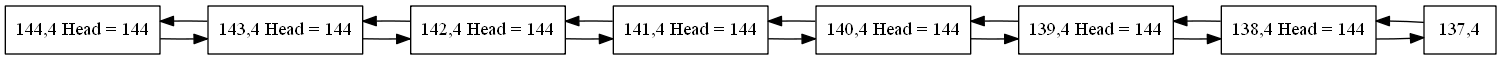
This is SnakeReport.png from olgt/EDD_1S2019_P1_201612341, a Graphviz export, as it was before one commit. Its source is kept beside it as SnakeReport.dot.
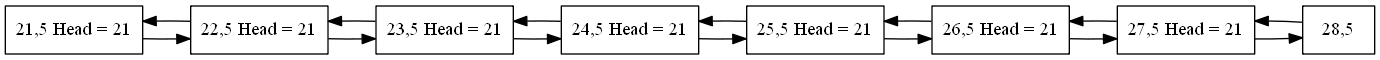
The same file after the commit.

Change to the diagram source:
```diff
@@ -1,26 +1,26 @@
 digraph firstGraph{
 node [shape = record];
 rankdir=LR;
-node0 [label=" 144,4 Head = 144 "];
+node0 [label=" 21,5 Head = 21 "];
 node0 -> node1;
 node1 -> node0;
-node1 [label=" 143,4 Head = 144 "];
+node1 [label=" 22,5 Head = 21 "];
 node1 -> node2;
 node2 -> node1;
-node2 [label=" 142,4 Head = 144 "];
+node2 [label=" 23,5 Head = 21 "];
 node2 -> node3;
 node3 -> node2;
-node3 [label=" 141,4 Head = 144 "];
+node3 [label=" 24,5 Head = 21 "];
 node3 -> node4;
 node4 -> node3;
-node4 [label=" 140,4 Head = 144 "];
+node4 [label=" 25,5 Head = 21 "];
 node4 -> node5;
 node5 -> node4;
-node5 [label=" 139,4 Head = 144 "];
+node5 [label=" 26,5 Head = 21 "];
 node5 -> node6;
 node6 -> node5;
-node6 [label=" 138,4 Head = 144 "];
+node6 [label=" 27,5 Head = 21 "];
 node6 -> node7;
 node7 -> node6;
-node7 [label=" 137,4 "];
+node7 [label=" 28,5 "];
 }
```
